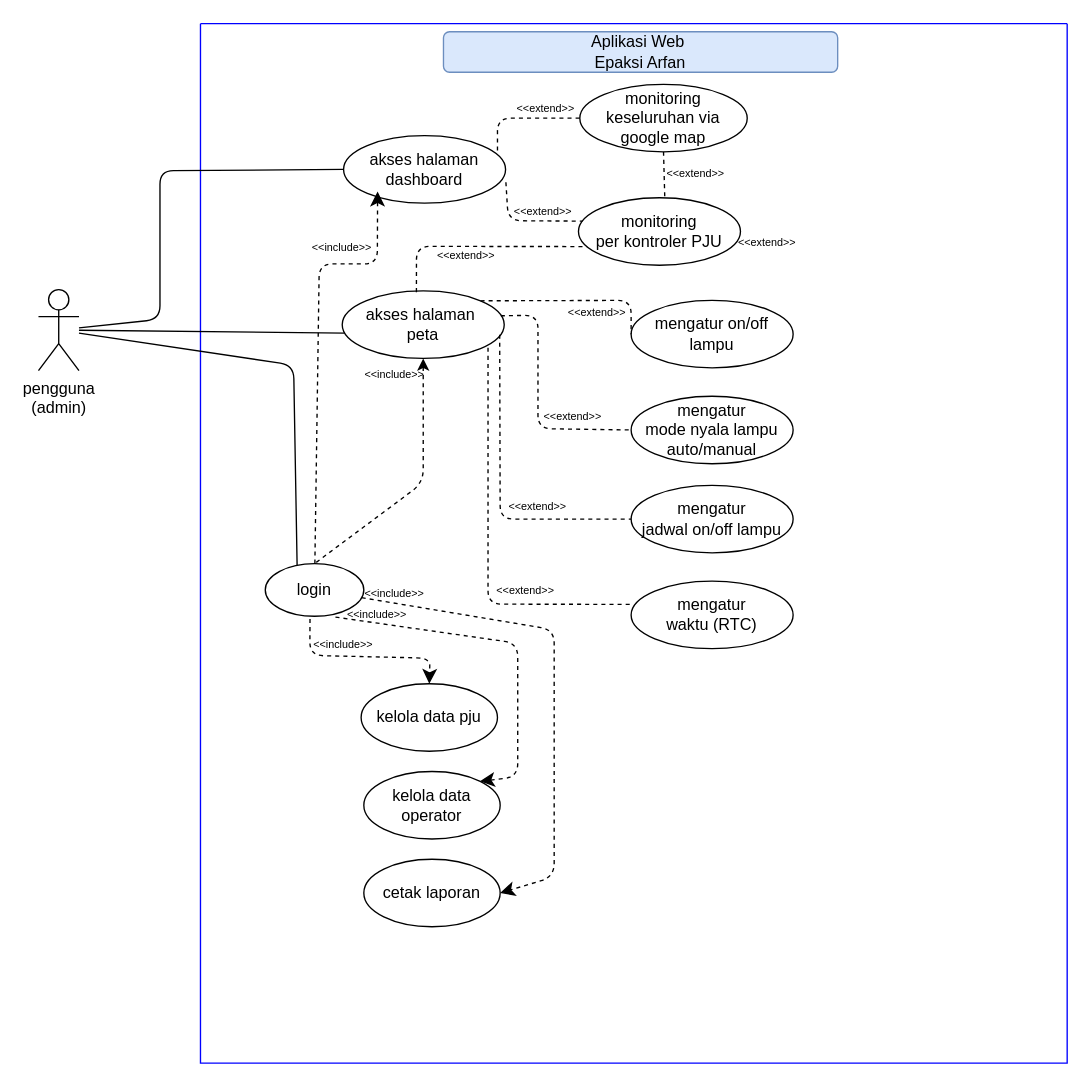
This is Epaksi Arfan.drawio from eenattayani/desain, a draw.io file, before an edit. Source tidied: cells renumbered, new cells numbered last; positions are measured from the earlier drawing's top-left corner, leaving out a move shared by most shapes. Both pictures are drawn from the tidied source at 135%, with x=0, y=0 at pixel (38, 23).
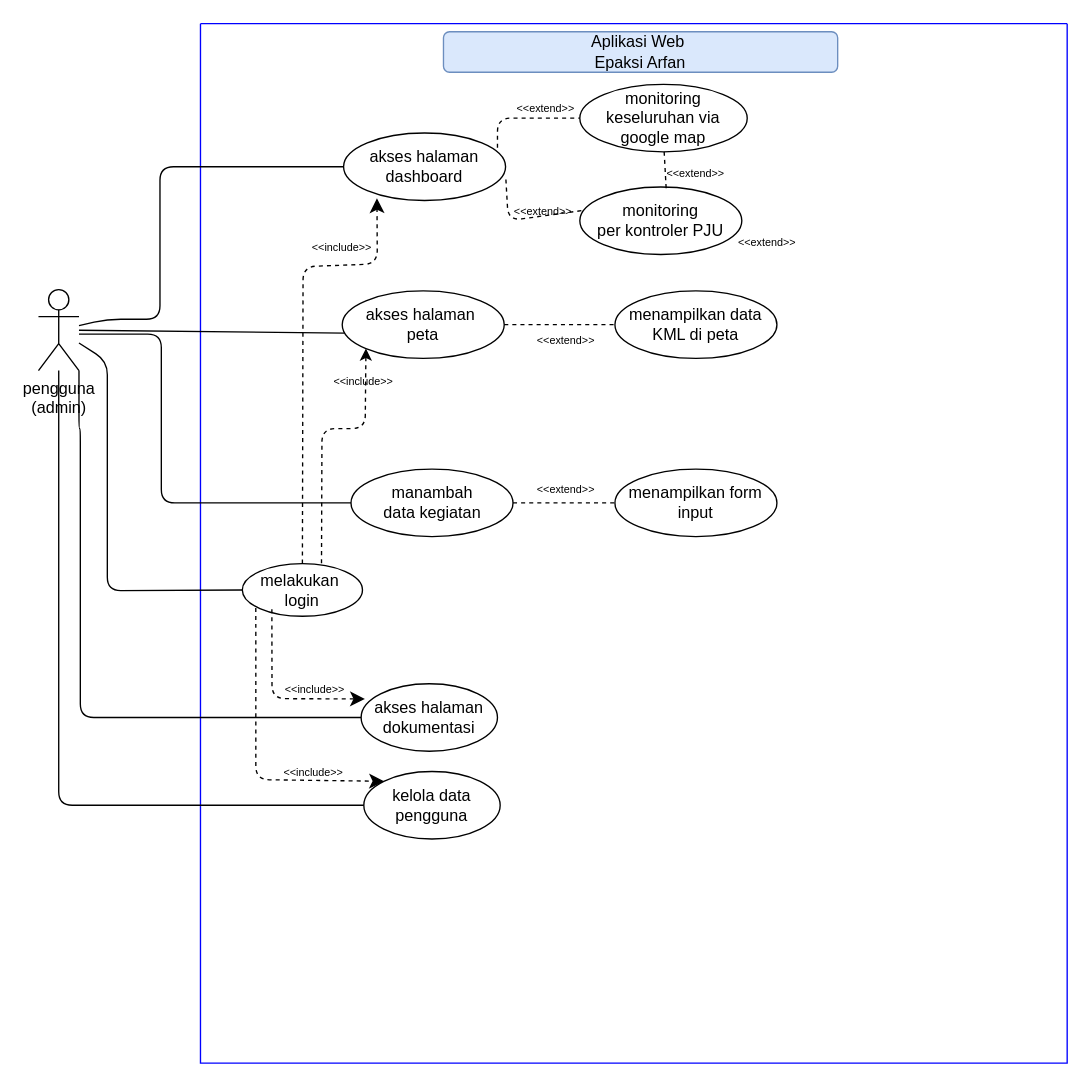
Above is the later version.

The change refers to these unchanged cells:
```xml
<mxCell id="2" style="swimlane;startSize=0;fillColor=#fff2cc;strokeColor=#0000FF;" parent="1" vertex="1">
  <mxGeometry x="120" width="642" height="770" as="geometry" />
</mxCell>
<mxCell id="7" value="akses halaman&amp;nbsp;&lt;div&gt;peta&lt;/div&gt;" style="ellipse;whiteSpace=wrap;html=1;" parent="2" vertex="1">
  <mxGeometry x="105" y="198" width="120" height="50" as="geometry" />
</mxCell>
<mxCell id="44" value="pengguna&lt;div&gt;(admin)&lt;/div&gt;" style="shape=umlActor;verticalLabelPosition=bottom;verticalAlign=top;html=1;outlineConnect=0;" parent="1" vertex="1">
  <mxGeometry y="197" width="30" height="60" as="geometry" />
</mxCell>
```

The edit, as a diff of the source:
```diff
@@
     <mxCell id="3" value="akses halaman dashboard" style="ellipse;whiteSpace=wrap;html=1;" parent="2" vertex="1">
-      <mxGeometry x="106" y="83" width="120" height="50" as="geometry" />
+      <mxGeometry x="106" y="81" width="120" height="50" as="geometry" />
     </mxCell>
-    <mxCell id="4" style="edgeStyle=none;curved=0;rounded=1;jettySize=auto;html=1;entryX=1;entryY=0;entryDx=0;entryDy=0;fontSize=12;startSize=8;endSize=8;dashed=1;exitX=0.712;exitY=1.016;exitDx=0;exitDy=0;exitPerimeter=0;" parent="2" edge="1" source="6" target="39">
+    <mxCell id="4" style="edgeStyle=none;curved=0;rounded=1;jettySize=auto;html=1;entryX=0;entryY=0;entryDx=0;entryDy=0;fontSize=12;startSize=8;endSize=8;dashed=1;exitX=0.112;exitY=0.843;exitDx=0;exitDy=0;exitPerimeter=0;" parent="2" edge="1" source="6" target="39">
       <mxGeometry relative="1" as="geometry">
         <Array as="points">
-          <mxPoint x="235" y="459" />
-          <mxPoint x="235" y="558" />
+          <mxPoint x="41" y="450" />
+          <mxPoint x="41" y="490" />
+          <mxPoint x="41" y="560" />
         </Array>
       </mxGeometry>
     </mxCell>
-    <mxCell id="5" style="edgeStyle=none;curved=0;rounded=1;jettySize=auto;html=1;entryX=1;entryY=0.5;entryDx=0;entryDy=0;fontSize=12;startSize=8;endSize=8;dashed=1;" parent="2" edge="1" source="6" target="40">
-      <mxGeometry relative="1" as="geometry">
-        <Array as="points">
-          <mxPoint x="262" y="449" />
-          <mxPoint x="262" y="632" />
-        </Array>
-      </mxGeometry>
-    </mxCell>
-    <mxCell id="6" value="login" style="ellipse;whiteSpace=wrap;html=1;" parent="2" vertex="1">
-      <mxGeometry x="48" y="400" width="73" height="39" as="geometry" />
+    <mxCell id="6" value="melakukan&amp;nbsp;&lt;div&gt;login&lt;/div&gt;" style="ellipse;whiteSpace=wrap;html=1;" parent="2" vertex="1">
+      <mxGeometry x="31" y="400" width="89" height="39" as="geometry" />
     </mxCell>
@@
-    <mxCell id="8" style="endArrow=none;dashed=1;html=1;rounded=1;exitX=0.5;exitY=1;exitDx=0;exitDy=0;entryX=0.5;entryY=0;entryDx=0;entryDy=0;startArrow=classic;startFill=1;curved=0;" parent="2" edge="1" source="7" target="6">
+    <mxCell id="8" style="endArrow=none;dashed=1;html=1;rounded=1;exitX=0;exitY=1;exitDx=0;exitDy=0;entryX=0.659;entryY=-0.002;entryDx=0;entryDy=0;startArrow=classic;startFill=1;curved=0;entryPerimeter=0;" parent="2" edge="1" source="7" target="6">
       <mxGeometry relative="1" as="geometry">
         <Array as="points">
-          <mxPoint x="165" y="340" />
+          <mxPoint x="122" y="300" />
+          <mxPoint x="90" y="300" />
         </Array>
       </mxGeometry>
     </mxCell>
     <mxCell id="9" value="&amp;lt;&amp;lt;include&amp;gt;&amp;gt;" style="text;html=1;align=center;verticalAlign=middle;whiteSpace=wrap;rounded=0;fontSize=8;" parent="2" vertex="1">
-      <mxGeometry x="114" y="255" width="60" height="10" as="geometry" />
+      <mxGeometry x="91" y="260" width="60" height="10" as="geometry" />
     </mxCell>
-    <mxCell id="10" value="mengatur on/off lampu" style="ellipse;whiteSpace=wrap;html=1;" parent="2" vertex="1">
-      <mxGeometry x="319" y="205" width="120" height="50" as="geometry" />
+    <mxCell id="10" value="menampilkan data KML di peta" style="ellipse;whiteSpace=wrap;html=1;" parent="2" vertex="1">
+      <mxGeometry x="307" y="198" width="120" height="50" as="geometry" />
     </mxCell>
-    <mxCell id="11" value="mengatur&lt;div&gt;mode nyala lampu auto/manual&lt;/div&gt;" style="ellipse;whiteSpace=wrap;html=1;" parent="2" vertex="1">
-      <mxGeometry x="319" y="276" width="120" height="50" as="geometry" />
-    </mxCell>
-    <mxCell id="12" value="mengatur&lt;div&gt;jadwal on/off lampu&lt;/div&gt;" style="ellipse;whiteSpace=wrap;html=1;" parent="2" vertex="1">
-      <mxGeometry x="319" y="342" width="120" height="50" as="geometry" />
-    </mxCell>
-    <mxCell id="13" value="mengatur&lt;div&gt;waktu (RTC)&lt;/div&gt;" style="ellipse;whiteSpace=wrap;html=1;" parent="2" vertex="1">
-      <mxGeometry x="319" y="413" width="120" height="50" as="geometry" />
-    </mxCell>
-    <mxCell id="14" style="endArrow=none;dashed=1;html=1;rounded=1;entryX=0;entryY=0.5;entryDx=0;entryDy=0;exitX=1;exitY=0;exitDx=0;exitDy=0;curved=0;" parent="2" edge="1" source="7" target="10">
+    <mxCell id="14" style="endArrow=none;dashed=1;html=1;rounded=1;entryX=0;entryY=0.5;entryDx=0;entryDy=0;exitX=1;exitY=0.5;exitDx=0;exitDy=0;curved=0;" parent="2" edge="1" source="7" target="10">
       <mxGeometry relative="1" as="geometry">
         <Array as="points">
-          <mxPoint x="319" y="205" />
+          <mxPoint x="261" y="223" />
         </Array>
       </mxGeometry>
     </mxCell>
     <mxCell id="15" value="&amp;lt;&amp;lt;extend&amp;gt;&amp;gt;" style="text;html=1;align=center;verticalAlign=middle;whiteSpace=wrap;rounded=0;fontSize=8;" parent="2" vertex="1">
-      <mxGeometry x="264" y="209" width="60" height="10" as="geometry" />
+      <mxGeometry x="241" y="230" width="60" height="10" as="geometry" />
     </mxCell>
-    <mxCell id="16" style="endArrow=none;dashed=1;html=1;rounded=1;exitX=0.458;exitY=0.018;exitDx=0;exitDy=0;exitPerimeter=0;entryX=0.064;entryY=0.723;entryDx=0;entryDy=0;entryPerimeter=0;curved=0;" parent="2" edge="1" source="7" target="26">
-      <mxGeometry relative="1" as="geometry">
-        <Array as="points">
-          <mxPoint x="160" y="165" />
-        </Array>
-      </mxGeometry>
-    </mxCell>
-    <mxCell id="17" value="&amp;lt;&amp;lt;extend&amp;gt;&amp;gt;" style="text;html=1;align=center;verticalAlign=middle;whiteSpace=wrap;rounded=0;fontSize=8;" parent="2" vertex="1">
-      <mxGeometry x="167" y="167" width="60" height="10" as="geometry" />
-    </mxCell>
-    <mxCell id="18" style="endArrow=none;dashed=1;html=1;rounded=1;exitX=0.979;exitY=0.368;exitDx=0;exitDy=0;exitPerimeter=0;entryX=0;entryY=0.5;entryDx=0;entryDy=0;curved=0;" parent="2" edge="1" source="7" target="11">
-      <mxGeometry relative="1" as="geometry">
-        <Array as="points">
-          <mxPoint x="250" y="216" />
-          <mxPoint x="250" y="300" />
-        </Array>
-      </mxGeometry>
-    </mxCell>
-    <mxCell id="19" style="endArrow=none;dashed=1;html=1;rounded=1;exitX=0.972;exitY=0.648;exitDx=0;exitDy=0;exitPerimeter=0;entryX=0;entryY=0.5;entryDx=0;entryDy=0;curved=0;" parent="2" edge="1" source="7" target="12">
-      <mxGeometry relative="1" as="geometry">
-        <Array as="points">
-          <mxPoint x="222" y="367" />
-        </Array>
-      </mxGeometry>
-    </mxCell>
-    <mxCell id="20" style="endArrow=none;dashed=1;html=1;rounded=1;exitX=0.908;exitY=0.842;exitDx=0;exitDy=0;exitPerimeter=0;entryX=0.017;entryY=0.345;entryDx=0;entryDy=0;entryPerimeter=0;curved=0;" parent="2" edge="1">
-      <mxGeometry relative="1" as="geometry">
-        <mxPoint x="213" y="240.1" as="sourcePoint" />
-        <mxPoint x="320" y="430.2" as="targetPoint" />
-        <Array as="points">
-          <mxPoint x="213" y="430" />
-        </Array>
-      </mxGeometry>
-    </mxCell>
-    <mxCell id="21" value="&amp;lt;&amp;lt;extend&amp;gt;&amp;gt;" style="text;html=1;align=center;verticalAlign=middle;whiteSpace=wrap;rounded=0;fontSize=8;" parent="2" vertex="1">
-      <mxGeometry x="246" y="286" width="60" height="10" as="geometry" />
-    </mxCell>
-    <mxCell id="22" value="&amp;lt;&amp;lt;extend&amp;gt;&amp;gt;" style="text;html=1;align=center;verticalAlign=middle;whiteSpace=wrap;rounded=0;fontSize=8;" parent="2" vertex="1">
-      <mxGeometry x="220" y="353" width="60" height="10" as="geometry" />
-    </mxCell>
-    <mxCell id="23" value="&amp;lt;&amp;lt;extend&amp;gt;&amp;gt;" style="text;html=1;align=center;verticalAlign=middle;whiteSpace=wrap;rounded=0;fontSize=8;" parent="2" vertex="1">
-      <mxGeometry x="211" y="415" width="60" height="10" as="geometry" />
-    </mxCell>
@@
     <mxCell id="26" value="monitoring&lt;div&gt;per kontroler PJU&lt;/div&gt;" style="ellipse;whiteSpace=wrap;html=1;" parent="2" vertex="1">
-      <mxGeometry x="280" y="129" width="120" height="50" as="geometry" />
+      <mxGeometry x="281" y="121" width="120" height="50" as="geometry" />
     </mxCell>
@@
-    <mxCell id="31" style="edgeStyle=none;curved=0;rounded=1;jettySize=auto;html=1;entryX=0.21;entryY=0.828;entryDx=0;entryDy=0;entryPerimeter=0;fontSize=12;startSize=8;endSize=8;dashed=1;" parent="2" edge="1" source="6" target="3">
+    <mxCell id="31" style="edgeStyle=none;curved=0;rounded=1;jettySize=auto;html=1;entryX=0.206;entryY=0.966;entryDx=0;entryDy=0;entryPerimeter=0;fontSize=12;startSize=8;endSize=8;dashed=1;" parent="2" edge="1" source="6" target="3">
       <mxGeometry relative="1" as="geometry">
         <Array as="points">
-          <mxPoint x="88" y="178" />
+          <mxPoint x="76" y="180" />
           <mxPoint x="131" y="178" />
         </Array>
       </mxGeometry>
     </mxCell>
@@
-    <mxCell id="33" value="kelola data pju" style="ellipse;whiteSpace=wrap;html=1;" parent="2" vertex="1">
+    <mxCell id="33" value="akses halaman dokumentasi" style="ellipse;whiteSpace=wrap;html=1;" parent="2" vertex="1">
       <mxGeometry x="119" y="489" width="101" height="50" as="geometry" />
     </mxCell>
-    <mxCell id="34" style="edgeStyle=none;curved=0;rounded=1;jettySize=auto;html=1;entryX=0.5;entryY=0;entryDx=0;entryDy=0;fontSize=12;startSize=8;endSize=8;dashed=1;exitX=0.454;exitY=1.052;exitDx=0;exitDy=0;exitPerimeter=0;" parent="2" edge="1" source="6" target="33">
+    <mxCell id="34" style="edgeStyle=none;curved=0;rounded=1;jettySize=auto;html=1;entryX=0.028;entryY=0.225;entryDx=0;entryDy=0;fontSize=12;startSize=8;endSize=8;dashed=1;exitX=0.246;exitY=0.866;exitDx=0;exitDy=0;exitPerimeter=0;entryPerimeter=0;" parent="2" edge="1" source="6" target="33">
       <mxGeometry relative="1" as="geometry">
         <Array as="points">
-          <mxPoint x="81" y="468" />
-          <mxPoint x="170" y="470" />
+          <mxPoint x="53" y="500" />
         </Array>
       </mxGeometry>
     </mxCell>
@@
     <mxCell id="38" value="&amp;lt;&amp;lt;include&amp;gt;&amp;gt;" style="text;html=1;align=center;verticalAlign=middle;whiteSpace=wrap;rounded=0;fontSize=8;" parent="2" vertex="1">
-      <mxGeometry x="76" y="455" width="60" height="10" as="geometry" />
+      <mxGeometry x="55" y="488" width="60" height="10" as="geometry" />
     </mxCell>
-    <mxCell id="39" value="kelola data operator" style="ellipse;whiteSpace=wrap;html=1;" parent="2" vertex="1">
+    <mxCell id="39" value="kelola data pengguna" style="ellipse;whiteSpace=wrap;html=1;" parent="2" vertex="1">
       <mxGeometry x="121" y="554" width="101" height="50" as="geometry" />
     </mxCell>
-    <mxCell id="40" value="cetak laporan" style="ellipse;whiteSpace=wrap;html=1;" parent="2" vertex="1">
-      <mxGeometry x="121" y="619" width="101" height="50" as="geometry" />
-    </mxCell>
-    <mxCell id="41" value="&amp;lt;&amp;lt;include&amp;gt;&amp;gt;" style="text;html=1;align=center;verticalAlign=middle;whiteSpace=wrap;rounded=0;fontSize=8;" parent="2" vertex="1">
-      <mxGeometry x="114" y="417" width="60" height="10" as="geometry" />
-    </mxCell>
     <mxCell id="42" value="&amp;lt;&amp;lt;include&amp;gt;&amp;gt;" style="text;html=1;align=center;verticalAlign=middle;whiteSpace=wrap;rounded=0;fontSize=8;" parent="2" vertex="1">
-      <mxGeometry x="101" y="433" width="60" height="10" as="geometry" />
+      <mxGeometry x="54" y="550" width="60" height="10" as="geometry" />
     </mxCell>
+    <mxCell id="47" style="edgeStyle=orthogonalEdgeStyle;rounded=0;jettySize=auto;html=1;entryX=0;entryY=0.5;entryDx=0;entryDy=0;dashed=1;endArrow=none;endFill=0;" parent="2" edge="1" source="48" target="49">
+      <mxGeometry relative="1" as="geometry" />
+    </mxCell>
+    <mxCell id="48" value="manambah&lt;div&gt;data kegiatan&lt;/div&gt;" style="ellipse;whiteSpace=wrap;html=1;" parent="2" vertex="1">
+      <mxGeometry x="111.5" y="330" width="120" height="50" as="geometry" />
+    </mxCell>
+    <mxCell id="49" value="menampilkan form input" style="ellipse;whiteSpace=wrap;html=1;" parent="2" vertex="1">
+      <mxGeometry x="307" y="330" width="120" height="50" as="geometry" />
+    </mxCell>
+    <mxCell id="50" value="&amp;lt;&amp;lt;extend&amp;gt;&amp;gt;" style="text;html=1;align=center;verticalAlign=middle;whiteSpace=wrap;rounded=0;fontSize=8;" parent="2" vertex="1">
+      <mxGeometry x="241" y="340" width="60" height="10" as="geometry" />
+    </mxCell>
-    <mxCell id="43" style="edgeStyle=none;curved=0;rounded=1;jettySize=auto;html=1;fontSize=12;startSize=8;endSize=8;endArrow=none;endFill=0;entryX=0.323;entryY=0.024;entryDx=0;entryDy=0;entryPerimeter=0;" parent="1" edge="1" source="44" target="6">
+    <mxCell id="43" style="edgeStyle=none;curved=0;rounded=1;jettySize=auto;html=1;fontSize=12;startSize=8;endSize=8;endArrow=none;endFill=0;entryX=0;entryY=0.5;entryDx=0;entryDy=0;" parent="1" edge="1" source="44" target="6">
       <mxGeometry relative="1" as="geometry">
         <Array as="points">
-          <mxPoint x="189" y="253" />
+          <mxPoint x="51" y="250" />
+          <mxPoint x="51" y="420" />
         </Array>
       </mxGeometry>
     </mxCell>
+    <mxCell id="51" style="edgeStyle=orthogonalEdgeStyle;rounded=1;jettySize=auto;html=1;entryX=0;entryY=0.5;entryDx=0;entryDy=0;curved=0;endArrow=none;endFill=0;exitX=1;exitY=1;exitDx=0;exitDy=0;exitPerimeter=0;" parent="1" edge="1" source="44" target="33">
+      <mxGeometry relative="1" as="geometry">
+        <Array as="points">
+          <mxPoint x="31" y="300" />
+          <mxPoint x="31" y="514" />
+        </Array>
+      </mxGeometry>
+    </mxCell>
+    <mxCell id="52" style="edgeStyle=orthogonalEdgeStyle;rounded=1;jettySize=auto;html=1;entryX=0;entryY=0.5;entryDx=0;entryDy=0;curved=0;endArrow=none;endFill=0;" parent="1" edge="1" source="44" target="39">
+      <mxGeometry relative="1" as="geometry">
+        <Array as="points">
+          <mxPoint x="15" y="579" />
+        </Array>
+      </mxGeometry>
+    </mxCell>
+    <mxCell id="53" style="edgeStyle=orthogonalEdgeStyle;rounded=1;jettySize=auto;html=1;entryX=0;entryY=0.5;entryDx=0;entryDy=0;curved=0;endArrow=none;endFill=0;" parent="1" edge="1" target="48">
+      <mxGeometry relative="1" as="geometry">
+        <mxPoint x="30" y="230" as="sourcePoint" />
+        <Array as="points">
+          <mxPoint x="91" y="230" />
+          <mxPoint x="91" y="355" />
+        </Array>
+      </mxGeometry>
+    </mxCell>
@@
     <mxCell id="45" style="endArrow=none;html=1;rounded=1;curved=0;entryX=0;entryY=0.5;entryDx=0;entryDy=0;" parent="1" edge="1" source="44" target="3">
       <mxGeometry relative="1" as="geometry">
         <Array as="points">
+          <mxPoint x="51" y="219" />
           <mxPoint x="90" y="219" />
-          <mxPoint x="90" y="109" />
+          <mxPoint x="90" y="106" />
         </Array>
       </mxGeometry>
     </mxCell>
```
